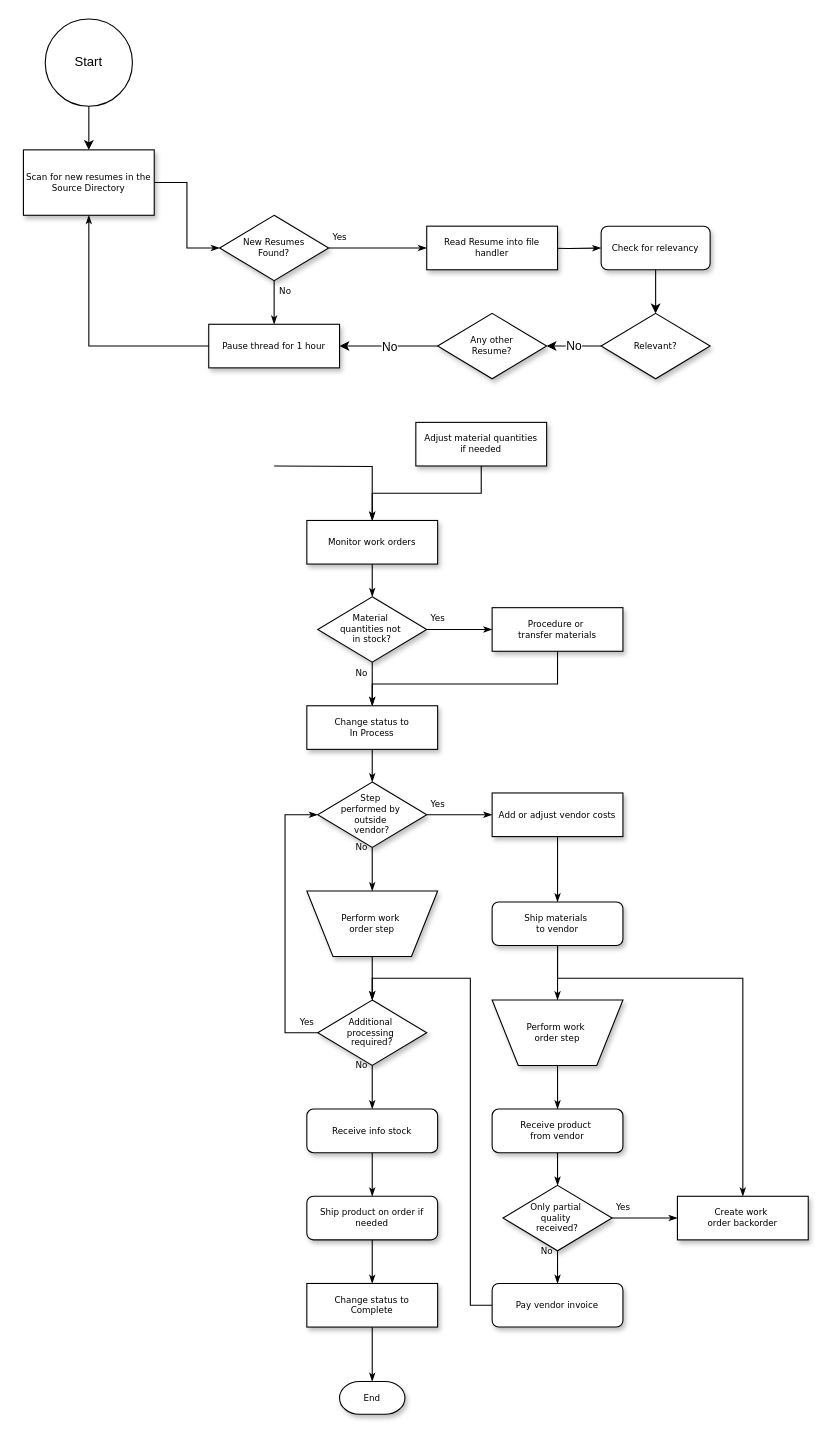
Before: ResumeChecker.drawio in nealsolves/LlamaBama, a draw.io diagram. Source tidied: cells renumbered, new cells numbered last; positions are measured from the earlier drawing's top-left corner, leaving out a move shared by most shapes. Both pictures are drawn from the tidied source at 109%, with x=0, y=0 at pixel (23, 19).
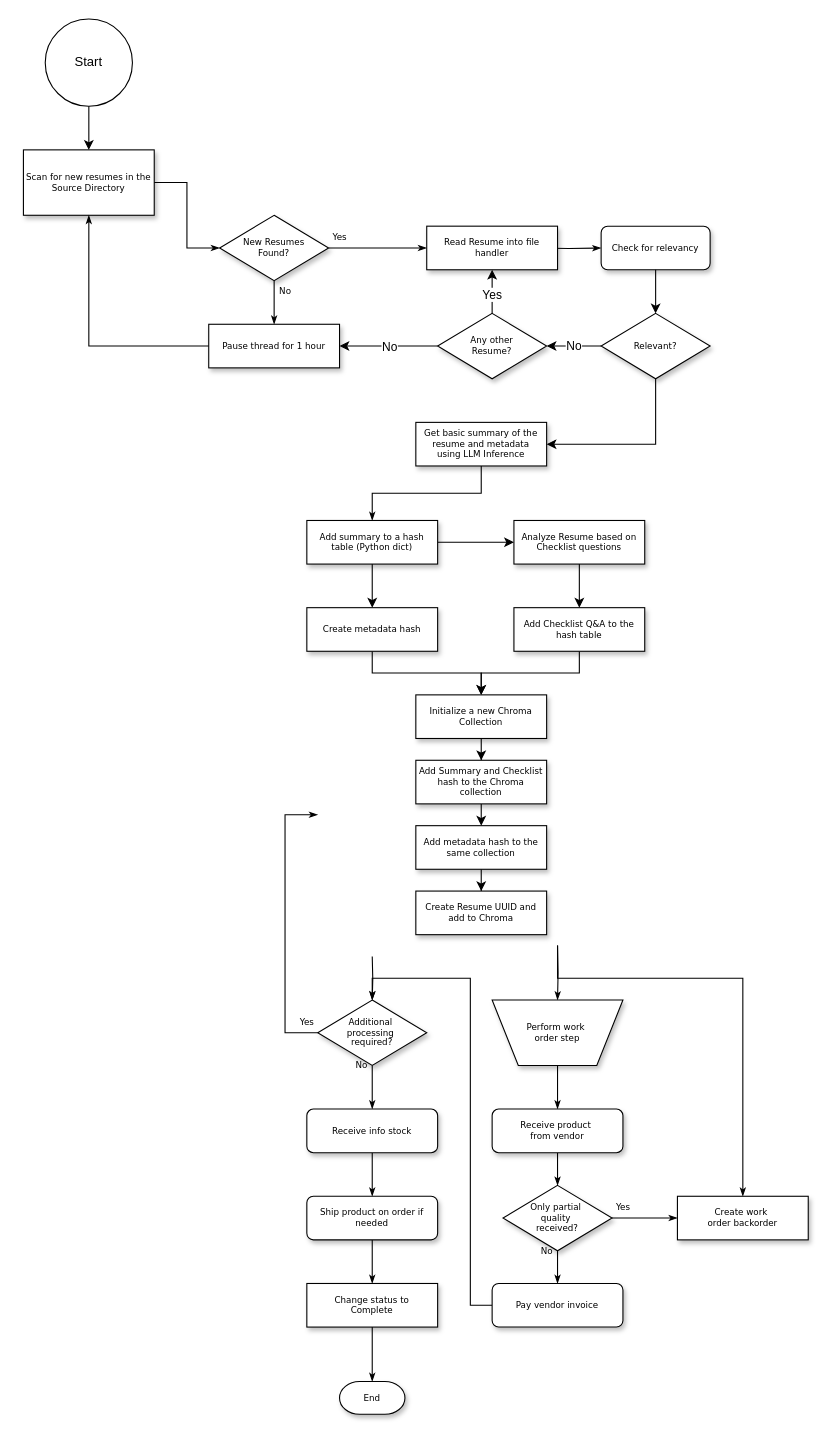
Above is the later version.

Unchanged cells that the change refers to:
```xml
<mxCell id="8" value="Read Resume into file handler" style="whiteSpace=wrap;html=1;rounded=0;shadow=1;labelBackgroundColor=none;strokeWidth=1;fontFamily=Verdana;fontSize=8;align=center;" parent="1" vertex="1">
  <mxGeometry x="370" y="190" width="120" height="40" as="geometry" />
</mxCell>
<mxCell id="33" value="Additional&amp;nbsp;&lt;div&gt;processing&amp;nbsp;&lt;/div&gt;&lt;div&gt;required?&lt;/div&gt;" style="rhombus;whiteSpace=wrap;html=1;rounded=0;shadow=1;labelBackgroundColor=none;strokeWidth=1;fontFamily=Verdana;fontSize=8;align=center;" parent="1" vertex="1">
  <mxGeometry x="270" y="900" width="100" height="60" as="geometry" />
</mxCell>
<mxCell id="35" value="Perform work&amp;nbsp;&lt;div&gt;order step&lt;/div&gt;" style="shape=trapezoid;whiteSpace=wrap;html=1;rounded=0;shadow=1;labelBackgroundColor=none;strokeWidth=1;fontFamily=Verdana;fontSize=8;align=center;flipV=1;" parent="1" vertex="1">
  <mxGeometry x="430" y="900" width="120" height="60" as="geometry" />
</mxCell>
<mxCell id="45" value="Create work&amp;nbsp;&lt;div&gt;order backorder&lt;/div&gt;" style="whiteSpace=wrap;html=1;rounded=0;shadow=1;labelBackgroundColor=none;strokeWidth=1;fontFamily=Verdana;fontSize=8;align=center;" parent="1" vertex="1">
  <mxGeometry x="600" y="1080" width="120" height="40" as="geometry" />
</mxCell>
<mxCell id="56" value="Relevant?" style="rhombus;whiteSpace=wrap;html=1;rounded=0;shadow=1;labelBackgroundColor=none;strokeWidth=1;fontFamily=Verdana;fontSize=8;align=center;" parent="1" vertex="1">
  <mxGeometry x="530" y="270" width="100" height="60" as="geometry" />
</mxCell>
<mxCell id="59" value="Any other &lt;br&gt;Resume?" style="rhombus;whiteSpace=wrap;html=1;rounded=0;shadow=1;labelBackgroundColor=none;strokeWidth=1;fontFamily=Verdana;fontSize=8;align=center;" parent="1" vertex="1">
  <mxGeometry x="380" y="270" width="100" height="60" as="geometry" />
</mxCell>
```

What changed in the source:
```diff
@@
-    <mxCell id="9" style="edgeStyle=orthogonalEdgeStyle;rounded=0;html=1;labelBackgroundColor=none;startSize=5;endArrow=classicThin;endFill=1;endSize=5;jettySize=auto;strokeWidth=1;fontFamily=Verdana;fontSize=8;" parent="1" edge="1" target="13">
-      <mxGeometry relative="1" as="geometry">
-        <mxPoint x="230" y="410" as="sourcePoint" />
-      </mxGeometry>
-    </mxCell>
@@
-    <mxCell id="11" value="Adjust material quantities if needed" style="whiteSpace=wrap;html=1;rounded=0;shadow=1;labelBackgroundColor=none;strokeWidth=1;fontFamily=Verdana;fontSize=8;align=center;spacing=6;" parent="1" vertex="1">
+    <mxCell id="11" value="Get basic summary of the resume and metadata using LLM Inference" style="whiteSpace=wrap;html=1;rounded=0;shadow=1;labelBackgroundColor=none;strokeWidth=1;fontFamily=Verdana;fontSize=8;align=center;spacing=6;" parent="1" vertex="1">
       <mxGeometry x="360" y="370" width="120" height="40" as="geometry" />
     </mxCell>
-    <mxCell id="12" style="edgeStyle=orthogonalEdgeStyle;rounded=0;html=1;labelBackgroundColor=none;startSize=5;endArrow=classicThin;endFill=1;endSize=5;jettySize=auto;strokeWidth=1;fontFamily=Verdana;fontSize=8;" parent="1" edge="1" source="13" target="16">
-      <mxGeometry relative="1" as="geometry" />
-    </mxCell>
+    <mxCell id="62" style="edgeStyle=orthogonalEdgeStyle;rounded=0;jettySize=auto;html=1;entryX=0;entryY=0.5;entryDx=0;entryDy=0;" parent="1" edge="1" source="13" target="18">
+      <mxGeometry relative="1" as="geometry" />
+    </mxCell>
+    <mxCell id="63" style="edgeStyle=orthogonalEdgeStyle;rounded=0;jettySize=auto;html=1;entryX=0.5;entryY=0;entryDx=0;entryDy=0;" parent="1" edge="1" source="13" target="72">
+      <mxGeometry relative="1" as="geometry" />
+    </mxCell>
-    <mxCell id="13" value="Monitor work orders" style="whiteSpace=wrap;html=1;rounded=0;shadow=1;labelBackgroundColor=none;strokeWidth=1;fontFamily=Verdana;fontSize=8;align=center;" parent="1" vertex="1">
+    <mxCell id="13" value="Add summary to a hash table (Python dict)" style="whiteSpace=wrap;html=1;rounded=0;shadow=1;labelBackgroundColor=none;strokeWidth=1;fontFamily=Verdana;fontSize=8;align=center;" parent="1" vertex="1">
       <mxGeometry x="260" y="460" width="120" height="40" as="geometry" />
     </mxCell>
-    <mxCell id="14" value="Yes" style="edgeStyle=orthogonalEdgeStyle;rounded=0;html=1;labelBackgroundColor=none;startSize=5;endArrow=classicThin;endFill=1;endSize=5;jettySize=auto;strokeWidth=1;fontFamily=Verdana;fontSize=8;" parent="1" edge="1" source="16" target="18">
-      <mxGeometry x="-0.67" y="10" relative="1" as="geometry" />
-    </mxCell>
-    <mxCell id="15" value="No" style="edgeStyle=orthogonalEdgeStyle;rounded=0;html=1;labelBackgroundColor=none;startSize=5;endArrow=classicThin;endFill=1;endSize=5;jettySize=auto;strokeWidth=1;fontFamily=Verdana;fontSize=8;" parent="1" edge="1" source="16" target="20">
-      <mxGeometry x="-0.5" y="-10" relative="1" as="geometry" />
-    </mxCell>
-    <mxCell id="16" value="Material&amp;nbsp;&lt;div&gt;quantities not&amp;nbsp;&lt;/div&gt;&lt;div&gt;in stock?&lt;/div&gt;" style="rhombus;whiteSpace=wrap;html=1;rounded=0;shadow=1;labelBackgroundColor=none;strokeWidth=1;fontFamily=Verdana;fontSize=8;align=center;" parent="1" vertex="1">
-      <mxGeometry x="270" y="530" width="100" height="60" as="geometry" />
-    </mxCell>
-    <mxCell id="17" style="edgeStyle=orthogonalEdgeStyle;rounded=0;html=1;labelBackgroundColor=none;startSize=5;endArrow=classicThin;endFill=1;endSize=5;jettySize=auto;strokeWidth=1;fontFamily=Verdana;fontSize=8;" parent="1" edge="1" source="18" target="20">
-      <mxGeometry relative="1" as="geometry">
-        <Array as="points">
-          <mxPoint x="490" y="610" />
-          <mxPoint x="320" y="610" />
-        </Array>
-      </mxGeometry>
-    </mxCell>
+    <mxCell id="64" style="edgeStyle=orthogonalEdgeStyle;rounded=0;jettySize=auto;html=1;entryX=0.5;entryY=0;entryDx=0;entryDy=0;" parent="1" edge="1" source="18" target="70">
+      <mxGeometry relative="1" as="geometry" />
+    </mxCell>
-    <mxCell id="18" value="Procedure or&amp;nbsp;&lt;div&gt;transfer materials&lt;/div&gt;" style="whiteSpace=wrap;html=1;rounded=0;shadow=1;labelBackgroundColor=none;strokeWidth=1;fontFamily=Verdana;fontSize=8;align=center;" parent="1" vertex="1">
-      <mxGeometry x="430" y="540" width="120" height="40" as="geometry" />
+    <mxCell id="18" value="Analyze Resume based on Checklist questions" style="whiteSpace=wrap;html=1;rounded=0;shadow=1;labelBackgroundColor=none;strokeWidth=1;fontFamily=Verdana;fontSize=8;align=center;" parent="1" vertex="1">
+      <mxGeometry x="450" y="460" width="120" height="40" as="geometry" />
     </mxCell>
-    <mxCell id="19" style="edgeStyle=orthogonalEdgeStyle;rounded=0;html=1;labelBackgroundColor=none;startSize=5;endArrow=classicThin;endFill=1;endSize=5;jettySize=auto;strokeWidth=1;fontFamily=Verdana;fontSize=8;" parent="1" edge="1" source="20" target="23">
-      <mxGeometry relative="1" as="geometry" />
-    </mxCell>
+    <mxCell id="65" style="edgeStyle=orthogonalEdgeStyle;rounded=0;jettySize=auto;html=1;entryX=0.5;entryY=0;entryDx=0;entryDy=0;" parent="1" edge="1" source="20" target="74">
+      <mxGeometry relative="1" as="geometry" />
+    </mxCell>
-    <mxCell id="20" value="Change status to&lt;div&gt;In Process&lt;/div&gt;" style="whiteSpace=wrap;html=1;rounded=0;shadow=1;labelBackgroundColor=none;strokeWidth=1;fontFamily=Verdana;fontSize=8;align=center;" parent="1" vertex="1">
-      <mxGeometry x="260" y="630" width="120" height="40" as="geometry" />
+    <mxCell id="20" value="Initialize a new Chroma Collection" style="whiteSpace=wrap;html=1;rounded=0;shadow=1;labelBackgroundColor=none;strokeWidth=1;fontFamily=Verdana;fontSize=8;align=center;" parent="1" vertex="1">
+      <mxGeometry x="360" y="620" width="120" height="40" as="geometry" />
     </mxCell>
-    <mxCell id="21" value="Yes" style="edgeStyle=orthogonalEdgeStyle;rounded=0;html=1;labelBackgroundColor=none;startSize=5;endArrow=classicThin;endFill=1;endSize=5;jettySize=auto;strokeWidth=1;fontFamily=Verdana;fontSize=8;" parent="1" edge="1" source="23" target="25">
-      <mxGeometry x="-0.67" y="10" relative="1" as="geometry" />
-    </mxCell>
-    <mxCell id="22" value="No" style="edgeStyle=orthogonalEdgeStyle;rounded=0;html=1;labelBackgroundColor=none;startSize=5;endArrow=classicThin;endFill=1;endSize=5;jettySize=auto;strokeWidth=1;fontFamily=Verdana;fontSize=8;" parent="1" edge="1" source="23" target="27">
-      <mxGeometry x="-1" y="-10" relative="1" as="geometry" />
-    </mxCell>
-    <mxCell id="23" value="Step&amp;nbsp;&lt;div&gt;performed by&amp;nbsp;&lt;/div&gt;&lt;div&gt;outside&amp;nbsp;&lt;/div&gt;&lt;div&gt;vendor?&lt;/div&gt;" style="rhombus;whiteSpace=wrap;html=1;rounded=0;shadow=1;labelBackgroundColor=none;strokeWidth=1;fontFamily=Verdana;fontSize=8;align=center;" parent="1" vertex="1">
-      <mxGeometry x="270" y="700" width="100" height="60" as="geometry" />
-    </mxCell>
-    <mxCell id="24" style="edgeStyle=orthogonalEdgeStyle;rounded=0;html=1;labelBackgroundColor=none;startSize=5;endArrow=classicThin;endFill=1;endSize=5;jettySize=auto;strokeWidth=1;fontFamily=Verdana;fontSize=8;" parent="1" edge="1" source="25" target="30">
-      <mxGeometry relative="1" as="geometry" />
-    </mxCell>
-    <mxCell id="25" value="Add or adjust vendor costs" style="whiteSpace=wrap;html=1;rounded=0;shadow=1;labelBackgroundColor=none;strokeWidth=1;fontFamily=Verdana;fontSize=8;align=center;" parent="1" vertex="1">
-      <mxGeometry x="430" y="710" width="120" height="40" as="geometry" />
-    </mxCell>
-    <mxCell id="26" style="edgeStyle=orthogonalEdgeStyle;rounded=0;html=1;labelBackgroundColor=none;startSize=5;endArrow=classicThin;endFill=1;endSize=5;jettySize=auto;strokeWidth=1;fontFamily=Verdana;fontSize=8;" parent="1" edge="1" source="27" target="33">
-      <mxGeometry relative="1" as="geometry" />
+    <mxCell id="26" style="edgeStyle=orthogonalEdgeStyle;rounded=0;html=1;labelBackgroundColor=none;startSize=5;endArrow=classicThin;endFill=1;endSize=5;jettySize=auto;strokeWidth=1;fontFamily=Verdana;fontSize=8;" parent="1" edge="1" target="33">
+      <mxGeometry relative="1" as="geometry">
+        <mxPoint x="320" y="860" as="sourcePoint" />
+      </mxGeometry>
     </mxCell>
-    <mxCell id="27" value="Perform work&amp;nbsp;&lt;div&gt;order step&lt;/div&gt;" style="shape=trapezoid;whiteSpace=wrap;html=1;rounded=0;shadow=1;labelBackgroundColor=none;strokeWidth=1;fontFamily=Verdana;fontSize=8;align=center;flipV=1;" parent="1" vertex="1">
-      <mxGeometry x="260" y="800" width="120" height="60" as="geometry" />
-    </mxCell>
-    <mxCell id="28" style="edgeStyle=orthogonalEdgeStyle;rounded=0;html=1;labelBackgroundColor=none;startSize=5;endArrow=classicThin;endFill=1;endSize=5;jettySize=auto;strokeWidth=1;fontFamily=Verdana;fontSize=8;" parent="1" edge="1" source="30" target="35">
-      <mxGeometry relative="1" as="geometry" />
+    <mxCell id="28" style="edgeStyle=orthogonalEdgeStyle;rounded=0;html=1;labelBackgroundColor=none;startSize=5;endArrow=classicThin;endFill=1;endSize=5;jettySize=auto;strokeWidth=1;fontFamily=Verdana;fontSize=8;" parent="1" edge="1" target="35">
+      <mxGeometry relative="1" as="geometry">
+        <mxPoint x="490" y="850" as="sourcePoint" />
+      </mxGeometry>
     </mxCell>
-    <mxCell id="29" style="edgeStyle=orthogonalEdgeStyle;rounded=0;html=1;labelBackgroundColor=none;startSize=5;endArrow=classicThin;endFill=1;endSize=5;jettySize=auto;strokeWidth=1;fontFamily=Verdana;fontSize=8;" parent="1" edge="1" source="30" target="45">
+    <mxCell id="29" style="edgeStyle=orthogonalEdgeStyle;rounded=0;html=1;labelBackgroundColor=none;startSize=5;endArrow=classicThin;endFill=1;endSize=5;jettySize=auto;strokeWidth=1;fontFamily=Verdana;fontSize=8;" parent="1" edge="1" target="45">
       <mxGeometry relative="1" as="geometry">
+        <mxPoint x="490" y="850" as="sourcePoint" />
         <Array as="points">
           <mxPoint x="490" y="880" />
           <mxPoint x="660" y="880" />
         </Array>
       </mxGeometry>
     </mxCell>
-    <mxCell id="30" value="Ship materials&amp;nbsp;&lt;div&gt;to vendor&lt;/div&gt;" style="rounded=1;whiteSpace=wrap;html=1;shadow=1;labelBackgroundColor=none;strokeWidth=1;fontFamily=Verdana;fontSize=8;align=center;" parent="1" vertex="1">
-      <mxGeometry x="430" y="810" width="120" height="40" as="geometry" />
-    </mxCell>
-    <mxCell id="31" value="Yes" style="edgeStyle=orthogonalEdgeStyle;rounded=0;html=1;labelBackgroundColor=none;startSize=5;endArrow=classicThin;endFill=1;endSize=5;jettySize=auto;strokeWidth=1;fontFamily=Verdana;fontSize=8;" parent="1" edge="1" source="33" target="23">
+    <mxCell id="31" value="Yes" style="edgeStyle=orthogonalEdgeStyle;rounded=0;html=1;labelBackgroundColor=none;startSize=5;endArrow=classicThin;endFill=1;endSize=5;jettySize=auto;strokeWidth=1;fontFamily=Verdana;fontSize=8;" parent="1" edge="1" source="33">
       <mxGeometry x="-0.69" y="-20" relative="1" as="geometry">
+        <mxPoint x="270" y="730" as="targetPoint" />
         <Array as="points">
           <mxPoint x="240" y="930" />
           <mxPoint x="240" y="730" />
         </Array>
       </mxGeometry>
     </mxCell>
@@
+    <mxCell id="66" style="edgeStyle=orthogonalEdgeStyle;rounded=0;jettySize=auto;html=1;exitX=0.5;exitY=1;exitDx=0;exitDy=0;entryX=1;entryY=0.5;entryDx=0;entryDy=0;" parent="1" edge="1" source="56" target="11">
+      <mxGeometry relative="1" as="geometry" />
+    </mxCell>
@@
+    <mxCell id="67" style="edgeStyle=orthogonalEdgeStyle;rounded=0;jettySize=auto;html=1;entryX=0.5;entryY=1;entryDx=0;entryDy=0;" parent="1" edge="1" source="59" target="8">
+      <mxGeometry relative="1" as="geometry" />
+    </mxCell>
+    <mxCell id="68" value="Yes" style="edgeLabel;html=1;align=center;verticalAlign=middle;" parent="67" vertex="1">
+      <mxGeometry x="-0.12" y="1" relative="1" as="geometry" />
+    </mxCell>
@@
+    <mxCell id="69" style="edgeStyle=orthogonalEdgeStyle;rounded=0;jettySize=auto;html=1;exitX=0.5;exitY=1;exitDx=0;exitDy=0;entryX=0.5;entryY=0;entryDx=0;entryDy=0;" parent="1" edge="1" source="70" target="20">
+      <mxGeometry relative="1" as="geometry" />
+    </mxCell>
+    <mxCell id="70" value="Add Checklist Q&amp;amp;A to the hash table" style="whiteSpace=wrap;html=1;rounded=0;shadow=1;labelBackgroundColor=none;strokeWidth=1;fontFamily=Verdana;fontSize=8;align=center;" parent="1" vertex="1">
+      <mxGeometry x="450" y="540" width="120" height="40" as="geometry" />
+    </mxCell>
+    <mxCell id="71" style="edgeStyle=orthogonalEdgeStyle;rounded=0;jettySize=auto;html=1;entryX=0.5;entryY=0;entryDx=0;entryDy=0;" parent="1" edge="1" source="72" target="20">
+      <mxGeometry relative="1" as="geometry" />
+    </mxCell>
+    <mxCell id="72" value="Create metadata hash" style="whiteSpace=wrap;html=1;rounded=0;shadow=1;labelBackgroundColor=none;strokeWidth=1;fontFamily=Verdana;fontSize=8;align=center;" parent="1" vertex="1">
+      <mxGeometry x="260" y="540" width="120" height="40" as="geometry" />
+    </mxCell>
+    <mxCell id="73" style="edgeStyle=orthogonalEdgeStyle;rounded=0;jettySize=auto;html=1;" parent="1" edge="1" source="74">
+      <mxGeometry relative="1" as="geometry">
+        <mxPoint x="420" y="740" as="targetPoint" />
+      </mxGeometry>
+    </mxCell>
+    <mxCell id="74" value="Add Summary and Checklist hash to the Chroma collection" style="whiteSpace=wrap;html=1;rounded=0;shadow=1;labelBackgroundColor=none;strokeWidth=1;fontFamily=Verdana;fontSize=8;align=center;" parent="1" vertex="1">
+      <mxGeometry x="360" y="680" width="120" height="40" as="geometry" />
+    </mxCell>
+    <mxCell id="75" style="edgeStyle=orthogonalEdgeStyle;rounded=0;jettySize=auto;html=1;" parent="1" edge="1" source="76" target="77">
+      <mxGeometry relative="1" as="geometry" />
+    </mxCell>
+    <mxCell id="76" value="Add metadata hash to the same collection" style="whiteSpace=wrap;html=1;rounded=0;shadow=1;labelBackgroundColor=none;strokeWidth=1;fontFamily=Verdana;fontSize=8;align=center;" parent="1" vertex="1">
+      <mxGeometry x="360" y="740" width="120" height="40" as="geometry" />
+    </mxCell>
+    <mxCell id="77" value="Create Resume UUID and add to Chroma" style="whiteSpace=wrap;html=1;rounded=0;shadow=1;labelBackgroundColor=none;strokeWidth=1;fontFamily=Verdana;fontSize=8;align=center;" parent="1" vertex="1">
+      <mxGeometry x="360" y="800" width="120" height="40" as="geometry" />
+    </mxCell>
```
